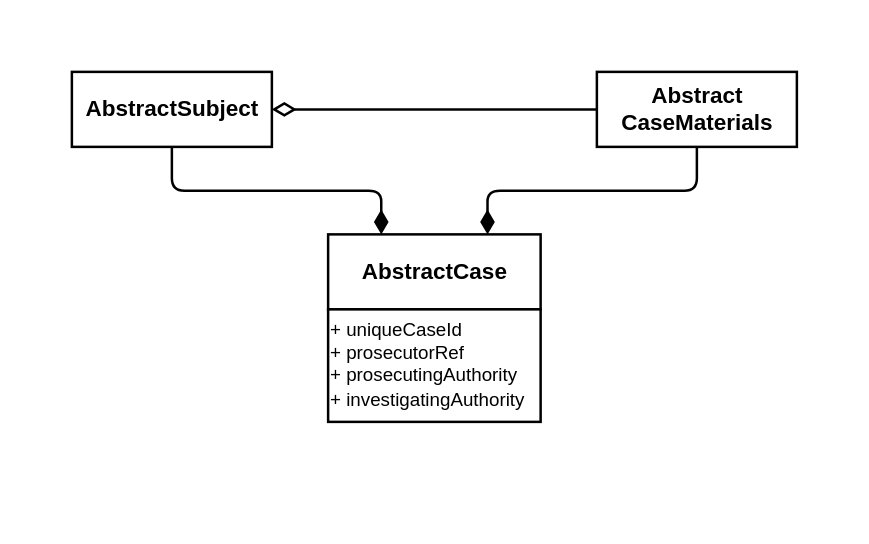
Before: page "Abstract-Core" (9 of 14) of img/Adopting DDD at Scale Diagrams.drawio in andrewharmellaw/deck-adopting-ddd-at-scale, a draw.io diagram. Source tidied: cells renumbered, new cells numbered last; positions are measured from the earlier drawing's top-left corner, leaving out a move shared by most shapes. Both pictures are drawn from the tidied source at 125%, with x=0, y=0 at pixel (21, 21).
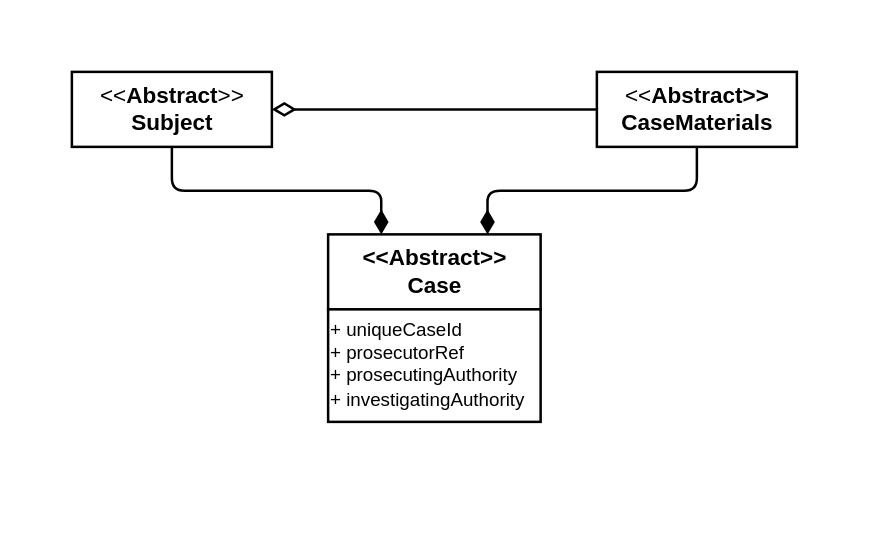
After the change.

The edit, as a diff of the source:
```diff
@@
 <mxGraphModel>
   <root>
     <mxCell id="0" />
     <mxCell id="1" parent="0" />
     <mxCell id="2" style="rounded=0;whiteSpace=wrap;html=1;fontSize=18;dashed=1;dashPattern=1 4;opacity=0;" parent="1" vertex="1">
       <mxGeometry width="660" height="400" as="geometry" />
     </mxCell>
     <mxCell id="3" style="endArrow=none;html=1;endSize=12;startArrow=diamondThin;startSize=14;startFill=1;edgeStyle=orthogonalEdgeStyle;align=left;verticalAlign=bottom;exitX=0.25;exitY=0;exitDx=0;exitDy=0;entryX=0.5;entryY=1;entryDx=0;entryDy=0;endFill=0;strokeWidth=2;" parent="1" edge="1" source="5" target="4">
       <mxGeometry x="-1" y="3" relative="1" as="geometry" />
     </mxCell>
-    <mxCell id="4" value="&lt;b&gt;AbstractSubject&lt;/b&gt;" style="html=1;fontSize=18;strokeWidth=2;" parent="1" vertex="1">
+    <mxCell id="4" value="&amp;lt;&amp;lt;&lt;b&gt;Abstract&lt;/b&gt;&amp;gt;&amp;gt;&lt;br&gt;&lt;b&gt;Subject&lt;/b&gt;" style="html=1;fontSize=18;strokeWidth=2;" parent="1" vertex="1">
       <mxGeometry x="40" y="40" width="160" height="60" as="geometry" />
     </mxCell>
-    <mxCell id="5" value="&lt;b&gt;AbstractCase&lt;/b&gt;" style="html=1;fontSize=18;strokeWidth=2;" parent="1" vertex="1">
+    <mxCell id="5" value="&lt;b&gt;&amp;lt;&amp;lt;&lt;/b&gt;&lt;b&gt;&lt;b&gt;Abstract&lt;/b&gt;&amp;gt;&amp;gt;&lt;br&gt;Case&lt;/b&gt;" style="html=1;fontSize=18;strokeWidth=2;" parent="1" vertex="1">
       <mxGeometry x="245" y="170" width="170" height="60" as="geometry" />
     </mxCell>
-    <mxCell id="6" value="&lt;b&gt;Abstract&lt;br&gt;CaseMaterials&lt;/b&gt;" style="html=1;fontSize=18;strokeWidth=2;" parent="1" vertex="1">
+    <mxCell id="6" value="&amp;lt;&amp;lt;&lt;b&gt;Abstract&amp;gt;&amp;gt;&lt;br&gt;CaseMaterials&lt;/b&gt;" style="html=1;fontSize=18;strokeWidth=2;" parent="1" vertex="1">
       <mxGeometry x="460" y="40" width="160" height="60" as="geometry" />
     </mxCell>
     <mxCell id="7" style="endArrow=none;html=1;endSize=12;startArrow=diamondThin;startSize=14;startFill=1;edgeStyle=orthogonalEdgeStyle;align=left;verticalAlign=bottom;exitX=0.75;exitY=0;exitDx=0;exitDy=0;entryX=0.5;entryY=1;entryDx=0;entryDy=0;endFill=0;strokeWidth=2;" parent="1" edge="1" source="5" target="6">
       <mxGeometry x="-1" y="3" relative="1" as="geometry" />
     </mxCell>
     <mxCell id="8" style="endArrow=none;html=1;endSize=12;startArrow=diamondThin;startSize=14;startFill=0;edgeStyle=orthogonalEdgeStyle;align=left;verticalAlign=bottom;exitX=1;exitY=0.5;exitDx=0;exitDy=0;entryX=0;entryY=0.5;entryDx=0;entryDy=0;endFill=0;strokeWidth=2;" parent="1" edge="1" source="4" target="6">
       <mxGeometry x="-1" y="3" relative="1" as="geometry" />
     </mxCell>
     <mxCell id="9" value="&lt;div style=&quot;font-size: 15px&quot; align=&quot;left&quot;&gt;&lt;font style=&quot;font-size: 15px&quot;&gt;+ uniqueCaseId&lt;br&gt;&lt;/font&gt;&lt;/div&gt;&lt;div style=&quot;font-size: 15px&quot;&gt;&lt;font style=&quot;font-size: 15px&quot;&gt;+ prosecutorRef&lt;br&gt;+ prosecutingAuthority&lt;br&gt;&lt;/font&gt;&lt;/div&gt;&lt;font style=&quot;font-size: 15px&quot;&gt;+ investigatingAuthority&lt;br&gt;&lt;/font&gt;" style="html=1;fontSize=18;strokeWidth=2;align=left;" parent="1" vertex="1">
       <mxGeometry x="245" y="230" width="170" height="90" as="geometry" />
     </mxCell>
   </root>
 </mxGraphModel>
```
